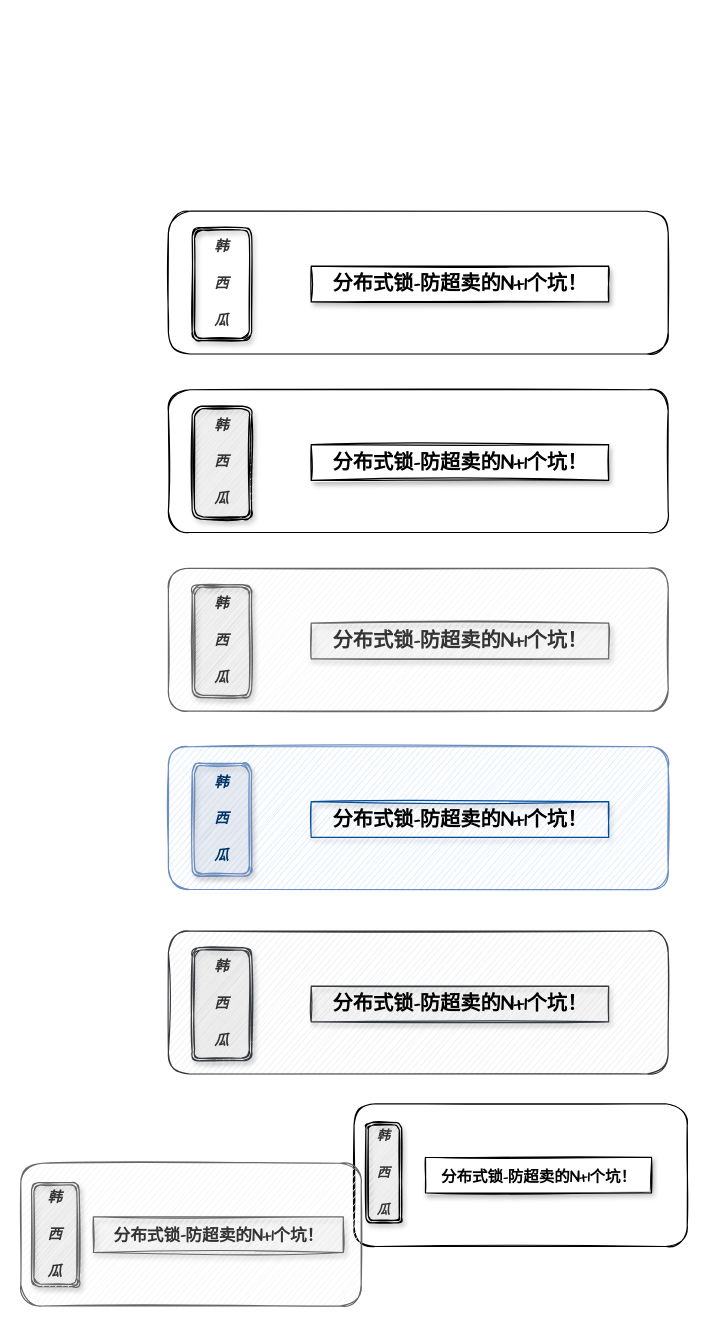
sohanyu/drawio keeps this draw.io diagram as 分布式锁封面.drawio. Above is the earlier version. Source tidied: cells renumbered, new cells numbered last; positions are measured from the earlier drawing's top-left corner, leaving out a move shared by most shapes. Both pictures are drawn from the tidied source at 119%, with x=0, y=0 at pixel (20, 211).
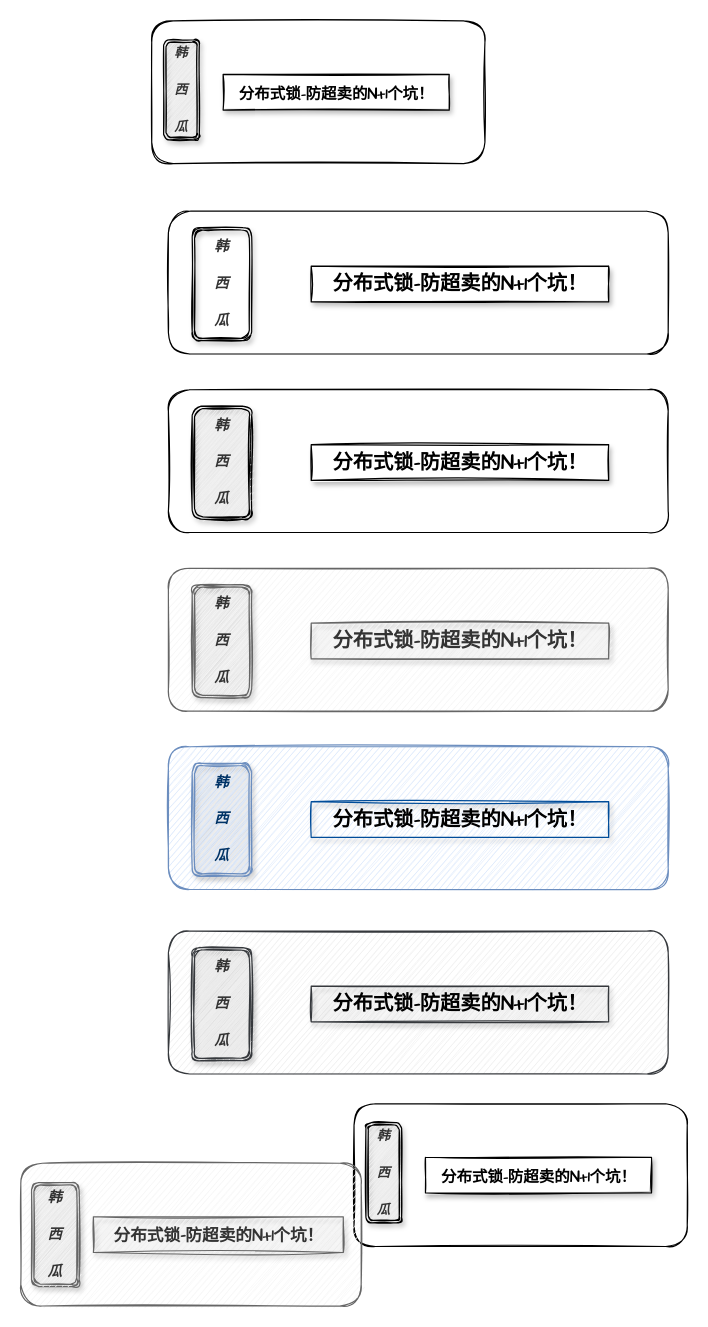
The same page after the edit.

Commit message:
更新分布式锁封面.drawio

The edit, as a diff of the source:
```diff
@@
+    <mxCell id="23" style="rounded=1;whiteSpace=wrap;html=1;shadow=0;sketch=1;" parent="1" vertex="1">
+      <mxGeometry x="110" y="-160" width="280" height="120" as="geometry" />
+    </mxCell>
+    <mxCell id="24" value="&lt;font face=&quot;Comic Sans MS&quot; color=&quot;#333333&quot;&gt;&lt;i style=&quot;font-size: 11px&quot;&gt;&lt;b style=&quot;font-size: 11px&quot;&gt;韩&lt;br style=&quot;font-size: 11px&quot;&gt;&lt;br style=&quot;font-size: 11px&quot;&gt;西&lt;br style=&quot;font-size: 11px&quot;&gt;&lt;br style=&quot;font-size: 11px&quot;&gt;瓜&lt;/b&gt;&lt;/i&gt;&lt;/font&gt;" style="shape=ext;double=1;rounded=1;whiteSpace=wrap;html=1;shadow=1;sketch=1;fillColor=#F2F2F2;" parent="1" vertex="1">
+      <mxGeometry x="120" y="-144.1" width="30" height="84.1" as="geometry" />
+    </mxCell>
+    <mxCell id="25" value="&lt;font size=&quot;1&quot;&gt;&lt;b style=&quot;font-size: 13px&quot;&gt;分布式锁-防超卖的N+1个坑！&lt;/b&gt;&lt;/font&gt;" style="text;html=1;align=center;verticalAlign=middle;fontSize=18;sketch=1;fontFamily=Comic Sans MS;shadow=1;strokeColor=#000000;fillColor=#ffffff;glass=0;" parent="1" vertex="1">
+      <mxGeometry x="170" y="-115" width="190" height="30" as="geometry" />
+    </mxCell>
```
